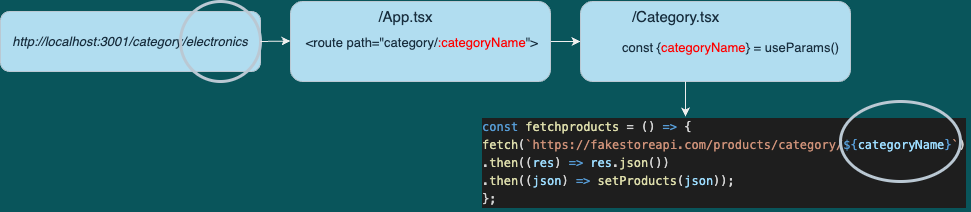
Earlier version of the draw.io export src/articles/diagram1.png (ruthtempo/online-store-react). Source tidied: cells renumbered, new cells last; positions are measured from the earlier drawing's top-left corner, leaving out a move shared by most shapes.
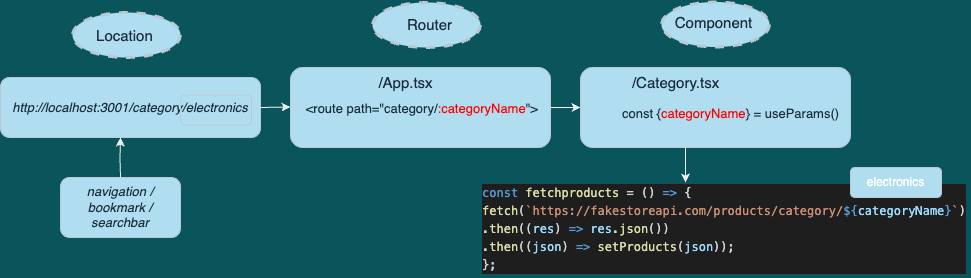
After the change.

Commit message:
article corrections

The edit, as a diff of the source:
```diff
@@ -2,47 +2,77 @@
   <root>
     <mxCell id="0" />
     <mxCell id="1" parent="0" />
-    <mxCell id="2" style="edgeStyle=orthogonalEdgeStyle;rounded=0;jettySize=auto;html=1;fontSize=13;fontColor=#FFFFFF;entryX=0;entryY=0.5;entryDx=0;entryDy=0;labelBackgroundColor=#09555B;strokeColor=#EEEEEE;" parent="1" edge="1" source="3" target="4">
-      <mxGeometry relative="1" as="geometry" />
+    <mxCell id="2" style="ellipse;whiteSpace=wrap;html=1;align=center;dashed=1;strokeColor=#BAC8D3;strokeWidth=3;fontColor=#182E3E;fillColor=#B1DDF0;" parent="1" vertex="1">
+      <mxGeometry x="661" y="-65.5" width="108" height="45" as="geometry" />
     </mxCell>
-    <mxCell id="3" value="&lt;font style=&quot;font-size: 13px;&quot;&gt;&lt;span style=&quot;orphans: 2; text-align: center; text-indent: 0px; widows: 2; text-decoration-thickness: initial; text-decoration-style: initial; text-decoration-color: initial; float: none; display: inline !important;&quot;&gt;&amp;nbsp;&amp;lt;route path=&quot;category/&lt;/span&gt;&lt;span style=&quot;text-decoration-thickness: initial; text-decoration-style: initial; text-decoration-color: initial;&quot;&gt;&lt;font color=&quot;#ff0000&quot;&gt;:categoryName&lt;/font&gt;&lt;/span&gt;&lt;span style=&quot;orphans: 2; text-align: center; text-indent: 0px; widows: 2; text-decoration-thickness: initial; text-decoration-style: initial; text-decoration-color: initial; float: none; display: inline !important;&quot;&gt;&quot;&amp;gt;&lt;/span&gt;&lt;/font&gt;" style="rounded=1;whiteSpace=wrap;html=1;strokeColor=#BAC8D3;fontSize=15;fillColor=#B1DDF0;fontColor=#182E3E;" parent="1" vertex="1">
-      <mxGeometry x="290" width="260" height="80" as="geometry" />
+    <mxCell id="3" style="ellipse;whiteSpace=wrap;html=1;align=center;dashed=1;strokeColor=#BAC8D3;strokeWidth=3;fontColor=#182E3E;fillColor=#B1DDF0;" parent="1" vertex="1">
+      <mxGeometry x="372" y="-65" width="108" height="45" as="geometry" />
     </mxCell>
-    <mxCell id="4" style="rounded=1;whiteSpace=wrap;html=1;strokeColor=#BAC8D3;fontSize=15;fillColor=#B1DDF0;fontColor=#182E3E;" parent="1" vertex="1">
-      <mxGeometry x="580" width="270" height="80" as="geometry" />
+    <mxCell id="4" style="ellipse;whiteSpace=wrap;html=1;align=center;dashed=1;strokeColor=#BAC8D3;strokeWidth=3;fontColor=#182E3E;fillColor=#B1DDF0;" parent="1" vertex="1">
+      <mxGeometry x="72" y="-55" width="108" height="45" as="geometry" />
     </mxCell>
-    <mxCell id="5" value="/App.tsx" style="text;html=1;align=center;verticalAlign=middle;strokeColor=none;fillColor=none;fontColor=#182E3E;fontSize=15;" parent="1" vertex="1">
-      <mxGeometry x="365" width="80" height="30" as="geometry" />
+    <mxCell id="5" style="edgeStyle=orthogonalEdgeStyle;rounded=0;jettySize=auto;html=1;fontSize=13;fontColor=#FFFFFF;entryX=0;entryY=0.5;entryDx=0;entryDy=0;labelBackgroundColor=#09555B;strokeColor=#EEEEEE;" parent="1" edge="1" source="6" target="7">
+      <mxGeometry relative="1" as="geometry" />
     </mxCell>
-    <mxCell id="6" value="/Category.tsx" style="text;html=1;align=center;verticalAlign=middle;points=[];strokeColor=none;fillColor=none;fontColor=#182E3E;fontSize=15;" parent="1" vertex="1">
-      <mxGeometry x="620" width="110" height="30" as="geometry" />
+    <mxCell id="6" value="&lt;font style=&quot;font-size: 13px;&quot;&gt;&lt;span style=&quot;orphans: 2; text-align: center; text-indent: 0px; widows: 2; text-decoration-thickness: initial; text-decoration-style: initial; text-decoration-color: initial; float: none; display: inline !important;&quot;&gt;&amp;nbsp;&amp;lt;route path=&quot;category/&lt;/span&gt;&lt;span style=&quot;text-decoration-thickness: initial; text-decoration-style: initial; text-decoration-color: initial;&quot;&gt;&lt;font color=&quot;#ff0000&quot;&gt;:categoryName&lt;/font&gt;&lt;/span&gt;&lt;span style=&quot;orphans: 2; text-align: center; text-indent: 0px; widows: 2; text-decoration-thickness: initial; text-decoration-style: initial; text-decoration-color: initial; float: none; display: inline !important;&quot;&gt;&quot;&amp;gt;&lt;/span&gt;&lt;/font&gt;" style="rounded=1;whiteSpace=wrap;html=1;strokeColor=#BAC8D3;fontSize=15;fillColor=#B1DDF0;fontColor=#182E3E;" parent="1" vertex="1">
+      <mxGeometry x="290" width="260" height="80" as="geometry" />
     </mxCell>
-    <mxCell id="7" value="&lt;meta charset=&quot;utf-8&quot;&gt;&lt;div style=&quot;color: rgb(212, 212, 212); background-color: rgb(30, 30, 30); font-family: Menlo, Monaco, &amp;quot;Courier New&amp;quot;, monospace; font-weight: normal; font-size: 12px; line-height: 18px;&quot;&gt;&lt;div&gt;&lt;span style=&quot;color: #569cd6;&quot;&gt;const&lt;/span&gt;&lt;span style=&quot;color: #d4d4d4;&quot;&gt; &lt;/span&gt;&lt;span style=&quot;color: #dcdcaa;&quot;&gt;fetchproducts&lt;/span&gt;&lt;span style=&quot;color: #d4d4d4;&quot;&gt; = () &lt;/span&gt;&lt;span style=&quot;color: #569cd6;&quot;&gt;=&amp;gt;&lt;/span&gt;&lt;span style=&quot;color: #d4d4d4;&quot;&gt; {&lt;/span&gt;&lt;/div&gt;&lt;div&gt;&lt;span style=&quot;color: #d4d4d4;&quot;&gt;    &lt;/span&gt;&lt;span style=&quot;color: #dcdcaa;&quot;&gt;fetch&lt;/span&gt;&lt;span style=&quot;color: #d4d4d4;&quot;&gt;(&lt;/span&gt;&lt;span style=&quot;color: #ce9178;&quot;&gt;`https://fakestoreapi.com/products/category/&lt;/span&gt;&lt;span style=&quot;color: #569cd6;&quot;&gt;${&lt;/span&gt;&lt;span style=&quot;color: #9cdcfe;&quot;&gt;categoryName&lt;/span&gt;&lt;span style=&quot;color: #569cd6;&quot;&gt;}&lt;/span&gt;&lt;span style=&quot;color: #ce9178;&quot;&gt;`&lt;/span&gt;&lt;span style=&quot;color: #d4d4d4;&quot;&gt;)&lt;/span&gt;&lt;/div&gt;&lt;div&gt;&lt;span style=&quot;color: #d4d4d4;&quot;&gt;      .&lt;/span&gt;&lt;span style=&quot;color: #dcdcaa;&quot;&gt;then&lt;/span&gt;&lt;span style=&quot;color: #d4d4d4;&quot;&gt;((&lt;/span&gt;&lt;span style=&quot;color: #9cdcfe;&quot;&gt;res&lt;/span&gt;&lt;span style=&quot;color: #d4d4d4;&quot;&gt;) &lt;/span&gt;&lt;span style=&quot;color: #569cd6;&quot;&gt;=&amp;gt;&lt;/span&gt;&lt;span style=&quot;color: #d4d4d4;&quot;&gt; &lt;/span&gt;&lt;span style=&quot;color: #9cdcfe;&quot;&gt;res&lt;/span&gt;&lt;span style=&quot;color: #d4d4d4;&quot;&gt;.&lt;/span&gt;&lt;span style=&quot;color: #dcdcaa;&quot;&gt;json&lt;/span&gt;&lt;span style=&quot;color: #d4d4d4;&quot;&gt;())&lt;/span&gt;&lt;/div&gt;&lt;div&gt;&lt;span style=&quot;color: #d4d4d4;&quot;&gt;      .&lt;/span&gt;&lt;span style=&quot;color: #dcdcaa;&quot;&gt;then&lt;/span&gt;&lt;span style=&quot;color: #d4d4d4;&quot;&gt;((&lt;/span&gt;&lt;span style=&quot;color: #9cdcfe;&quot;&gt;json&lt;/span&gt;&lt;span style=&quot;color: #d4d4d4;&quot;&gt;) &lt;/span&gt;&lt;span style=&quot;color: #569cd6;&quot;&gt;=&amp;gt;&lt;/span&gt;&lt;span style=&quot;color: #d4d4d4;&quot;&gt; &lt;/span&gt;&lt;span style=&quot;color: #dcdcaa;&quot;&gt;setProducts&lt;/span&gt;&lt;span style=&quot;color: #d4d4d4;&quot;&gt;(&lt;/span&gt;&lt;span style=&quot;color: #9cdcfe;&quot;&gt;json&lt;/span&gt;&lt;span style=&quot;color: #d4d4d4;&quot;&gt;));&lt;/span&gt;&lt;/div&gt;&lt;div&gt;&lt;span style=&quot;color: #d4d4d4;&quot;&gt;  };&lt;/span&gt;&lt;/div&gt;&lt;/div&gt;" style="text;whiteSpace=wrap;html=1;fontColor=#182E3E;" parent="1" vertex="1">
-      <mxGeometry x="480" y="110" width="490" height="100" as="geometry" />
+    <mxCell id="7" style="rounded=1;whiteSpace=wrap;html=1;strokeColor=#BAC8D3;fontSize=15;fillColor=#B1DDF0;fontColor=#182E3E;" parent="1" vertex="1">
+      <mxGeometry x="580" width="270" height="80" as="geometry" />
     </mxCell>
-    <mxCell id="8" style="ellipse;whiteSpace=wrap;html=1;fontColor=#182E3E;fillColor=none;strokeColor=#BAC8D3;strokeWidth=3;" parent="1" vertex="1">
-      <mxGeometry x="840" y="100" width="120" height="80" as="geometry" />
+    <mxCell id="8" value="/App.tsx" style="text;html=1;align=center;verticalAlign=middle;strokeColor=none;fillColor=none;fontColor=#182E3E;fontSize=15;" parent="1" vertex="1">
+      <mxGeometry x="365" width="80" height="30" as="geometry" />
     </mxCell>
-    <mxCell id="9" value="&lt;i&gt;&lt;font style=&quot;font-size: 13px;&quot;&gt;http://localhost:3001/category/electronics&lt;/font&gt;&lt;/i&gt;" style="rounded=1;whiteSpace=wrap;html=1;strokeColor=#BAC8D3;fillColor=#B1DDF0;fontColor=#182E3E;" parent="1" vertex="1">
-      <mxGeometry y="10" width="260" height="60" as="geometry" />
+    <mxCell id="9" value="/Category.tsx" style="text;html=1;align=center;verticalAlign=middle;strokeColor=none;fillColor=none;fontColor=#182E3E;fontSize=15;" parent="1" vertex="1">
+      <mxGeometry x="620" width="110" height="30" as="geometry" />
     </mxCell>
-    <mxCell id="10" style="ellipse;whiteSpace=wrap;html=1;fontColor=#182E3E;fillColor=none;strokeColor=#BAC8D3;strokeWidth=3;" parent="1" vertex="1">
-      <mxGeometry x="180" width="80" height="80" as="geometry" />
+    <mxCell id="10" value="&lt;meta charset=&quot;utf-8&quot;&gt;&lt;div style=&quot;color: rgb(212, 212, 212); background-color: rgb(30, 30, 30); font-family: Menlo, Monaco, &amp;quot;Courier New&amp;quot;, monospace; font-weight: normal; font-size: 12px; line-height: 18px;&quot;&gt;&lt;div&gt;&lt;span style=&quot;color: #569cd6;&quot;&gt;const&lt;/span&gt;&lt;span style=&quot;color: #d4d4d4;&quot;&gt; &lt;/span&gt;&lt;span style=&quot;color: #dcdcaa;&quot;&gt;fetchproducts&lt;/span&gt;&lt;span style=&quot;color: #d4d4d4;&quot;&gt; = () &lt;/span&gt;&lt;span style=&quot;color: #569cd6;&quot;&gt;=&amp;gt;&lt;/span&gt;&lt;span style=&quot;color: #d4d4d4;&quot;&gt; {&lt;/span&gt;&lt;/div&gt;&lt;div&gt;&lt;span style=&quot;color: #d4d4d4;&quot;&gt;    &lt;/span&gt;&lt;span style=&quot;color: #dcdcaa;&quot;&gt;fetch&lt;/span&gt;&lt;span style=&quot;color: #d4d4d4;&quot;&gt;(&lt;/span&gt;&lt;span style=&quot;color: #ce9178;&quot;&gt;`https://fakestoreapi.com/products/category/&lt;/span&gt;&lt;span style=&quot;color: #569cd6;&quot;&gt;${&lt;/span&gt;&lt;span style=&quot;color: #9cdcfe;&quot;&gt;categoryName&lt;/span&gt;&lt;span style=&quot;color: #569cd6;&quot;&gt;}&lt;/span&gt;&lt;span style=&quot;color: #ce9178;&quot;&gt;`&lt;/span&gt;&lt;span style=&quot;color: #d4d4d4;&quot;&gt;)&lt;/span&gt;&lt;/div&gt;&lt;div&gt;&lt;span style=&quot;color: #d4d4d4;&quot;&gt;      .&lt;/span&gt;&lt;span style=&quot;color: #dcdcaa;&quot;&gt;then&lt;/span&gt;&lt;span style=&quot;color: #d4d4d4;&quot;&gt;((&lt;/span&gt;&lt;span style=&quot;color: #9cdcfe;&quot;&gt;res&lt;/span&gt;&lt;span style=&quot;color: #d4d4d4;&quot;&gt;) &lt;/span&gt;&lt;span style=&quot;color: #569cd6;&quot;&gt;=&amp;gt;&lt;/span&gt;&lt;span style=&quot;color: #d4d4d4;&quot;&gt; &lt;/span&gt;&lt;span style=&quot;color: #9cdcfe;&quot;&gt;res&lt;/span&gt;&lt;span style=&quot;color: #d4d4d4;&quot;&gt;.&lt;/span&gt;&lt;span style=&quot;color: #dcdcaa;&quot;&gt;json&lt;/span&gt;&lt;span style=&quot;color: #d4d4d4;&quot;&gt;())&lt;/span&gt;&lt;/div&gt;&lt;div&gt;&lt;span style=&quot;color: #d4d4d4;&quot;&gt;      .&lt;/span&gt;&lt;span style=&quot;color: #dcdcaa;&quot;&gt;then&lt;/span&gt;&lt;span style=&quot;color: #d4d4d4;&quot;&gt;((&lt;/span&gt;&lt;span style=&quot;color: #9cdcfe;&quot;&gt;json&lt;/span&gt;&lt;span style=&quot;color: #d4d4d4;&quot;&gt;) &lt;/span&gt;&lt;span style=&quot;color: #569cd6;&quot;&gt;=&amp;gt;&lt;/span&gt;&lt;span style=&quot;color: #d4d4d4;&quot;&gt; &lt;/span&gt;&lt;span style=&quot;color: #dcdcaa;&quot;&gt;setProducts&lt;/span&gt;&lt;span style=&quot;color: #d4d4d4;&quot;&gt;(&lt;/span&gt;&lt;span style=&quot;color: #9cdcfe;&quot;&gt;json&lt;/span&gt;&lt;span style=&quot;color: #d4d4d4;&quot;&gt;));&lt;/span&gt;&lt;/div&gt;&lt;div&gt;&lt;span style=&quot;color: #d4d4d4;&quot;&gt;  };&lt;/span&gt;&lt;/div&gt;&lt;/div&gt;" style="text;whiteSpace=wrap;html=1;fontColor=#182E3E;" parent="1" vertex="1">
+      <mxGeometry x="480" y="110" width="490" height="100" as="geometry" />
     </mxCell>
-    <mxCell id="11" value="&lt;font style=&quot;font-size: 13px;&quot;&gt;&lt;span style=&quot;orphans: 2; text-align: center; text-indent: 0px; widows: 2; text-decoration-thickness: initial; text-decoration-style: initial; text-decoration-color: initial; float: none; display: inline !important;&quot;&gt;const {&lt;/span&gt;&lt;span style=&quot;text-align: center; text-decoration-thickness: initial; text-decoration-style: initial; text-decoration-color: initial;&quot;&gt;&lt;font style=&quot;font-size: 13px;&quot; color=&quot;#ff0000&quot;&gt;categoryName&lt;/font&gt;&lt;/span&gt;&lt;span style=&quot;orphans: 2; text-align: center; text-indent: 0px; widows: 2; text-decoration-thickness: initial; text-decoration-style: initial; text-decoration-color: initial; float: none; display: inline !important;&quot;&gt;} = useParams()&lt;/span&gt;&lt;/font&gt;" style="text;whiteSpace=wrap;html=1;fontSize=15;fontColor=#182E3E;" parent="1" vertex="1">
-      <mxGeometry x="620" y="30" width="230" height="25" as="geometry" />
+    <mxCell id="11" value="&lt;i&gt;&lt;font style=&quot;font-size: 13px;&quot;&gt;http://localhost:3001/category/electronics&lt;/font&gt;&lt;/i&gt;" style="rounded=1;whiteSpace=wrap;html=1;strokeColor=#BAC8D3;fillColor=#B1DDF0;fontColor=#182E3E;" parent="1" vertex="1">
+      <mxGeometry y="10" width="260" height="60" as="geometry" />
     </mxCell>
-    <mxCell id="12" style="endArrow=classic;html=1;rounded=0;fontSize=15;fontColor=#FFFFFF;labelBackgroundColor=#09555B;strokeColor=#EEEEEE;" parent="1" edge="1">
-      <mxGeometry relative="1" as="geometry">
-        <mxPoint x="685" y="80" as="sourcePoint" />
-        <mxPoint x="685" y="115" as="targetPoint" />
-      </mxGeometry>
+    <mxCell id="12" value="&lt;font style=&quot;font-size: 13px;&quot;&gt;&lt;span style=&quot;orphans: 2; text-align: center; text-indent: 0px; widows: 2; text-decoration-thickness: initial; text-decoration-style: initial; text-decoration-color: initial; float: none; display: inline !important;&quot;&gt;const {&lt;/span&gt;&lt;span style=&quot;text-align: center; text-decoration-thickness: initial; text-decoration-style: initial; text-decoration-color: initial;&quot;&gt;&lt;font style=&quot;font-size: 13px;&quot; color=&quot;#ff0000&quot;&gt;categoryName&lt;/font&gt;&lt;/span&gt;&lt;span style=&quot;orphans: 2; text-align: center; text-indent: 0px; widows: 2; text-decoration-thickness: initial; text-decoration-style: initial; text-decoration-color: initial; float: none; display: inline !important;&quot;&gt;} = useParams()&lt;/span&gt;&lt;/font&gt;" style="text;whiteSpace=wrap;html=1;fontSize=15;fontColor=#182E3E;" parent="1" vertex="1">
+      <mxGeometry x="620" y="30" width="230" height="25" as="geometry" />
     </mxCell>
     <mxCell id="13" style="endArrow=classic;html=1;rounded=0;fontSize=15;fontColor=#FFFFFF;labelBackgroundColor=#09555B;strokeColor=#EEEEEE;" parent="1" edge="1">
       <mxGeometry relative="1" as="geometry">
-        <mxPoint x="260" y="40" as="sourcePoint" />
-        <mxPoint x="290" y="39.5" as="targetPoint" />
+        <mxPoint x="685" y="80" as="sourcePoint" />
+        <mxPoint x="685" y="115" as="targetPoint" />
       </mxGeometry>
     </mxCell>
+    <mxCell id="14" style="endArrow=classic;html=1;rounded=0;fontSize=15;fontColor=#FFFFFF;labelBackgroundColor=#09555B;strokeColor=#EEEEEE;" parent="1" edge="1">
+      <mxGeometry relative="1" as="geometry">
+        <mxPoint x="260" y="40" as="sourcePoint" />
+        <mxPoint x="290" y="39.5" as="targetPoint" />
+      </mxGeometry>
+    </mxCell>
+    <mxCell id="15" value="Location&amp;nbsp;" style="text;html=1;align=center;verticalAlign=middle;strokeColor=none;fillColor=none;fontColor=#182E3E;fontSize=15;" parent="1" vertex="1">
+      <mxGeometry x="86" y="-47.5" width="80" height="30" as="geometry" />
+    </mxCell>
+    <mxCell id="16" value="Router" style="text;html=1;align=center;verticalAlign=middle;strokeColor=none;fillColor=none;fontColor=#182E3E;fontSize=15;" parent="1" vertex="1">
+      <mxGeometry x="394" y="-58" width="70" height="30" as="geometry" />
+    </mxCell>
+    <mxCell id="17" value="Component" style="text;html=1;align=center;verticalAlign=middle;strokeColor=none;fillColor=none;fontColor=#182E3E;fontSize=15;" parent="1" vertex="1">
+      <mxGeometry x="663" y="-60" width="100" height="30" as="geometry" />
+    </mxCell>
+    <mxCell id="18" value="navigation / bookmark / searchbar" style="rounded=1;whiteSpace=wrap;html=1;strokeColor=#BAC8D3;fontSize=13;fillColor=#B1DDF0;fontColor=#182E3E;fontStyle=2;" parent="1" vertex="1">
+      <mxGeometry x="60" y="110" width="120" height="60" as="geometry" />
+    </mxCell>
+    <mxCell id="19" style="endArrow=classic;html=1;rounded=0;fontSize=13;fontColor=#FFFFFF;strokeColor=#EEEEEE;labelBackgroundColor=#09555B;" parent="1" edge="1">
+      <mxGeometry relative="1" as="geometry">
+        <mxPoint x="120" y="110" as="sourcePoint" />
+        <mxPoint x="120" y="70" as="targetPoint" />
+        <Array as="points">
+          <mxPoint x="119.5" y="90" />
+        </Array>
+      </mxGeometry>
+    </mxCell>
+    <mxCell id="20" style="rounded=1;whiteSpace=wrap;html=1;strokeColor=#BAC8D3;strokeWidth=1;fontColor=#182E3E;fillColor=none;" parent="1" vertex="1">
+      <mxGeometry x="180" y="27.5" width="71" height="30" as="geometry" />
+    </mxCell>
+    <mxCell id="21" value="&lt;font color=&quot;#ffffff&quot;&gt;electronics&lt;/font&gt;" style="rounded=1;whiteSpace=wrap;html=1;strokeColor=#BAC8D3;strokeWidth=1;fillColor=#B1DDF0;fontColor=#182E3E;" parent="1" vertex="1">
+      <mxGeometry x="850" y="100" width="91" height="30" as="geometry" />
+    </mxCell>
   </root>
 </mxGraphModel>
```
